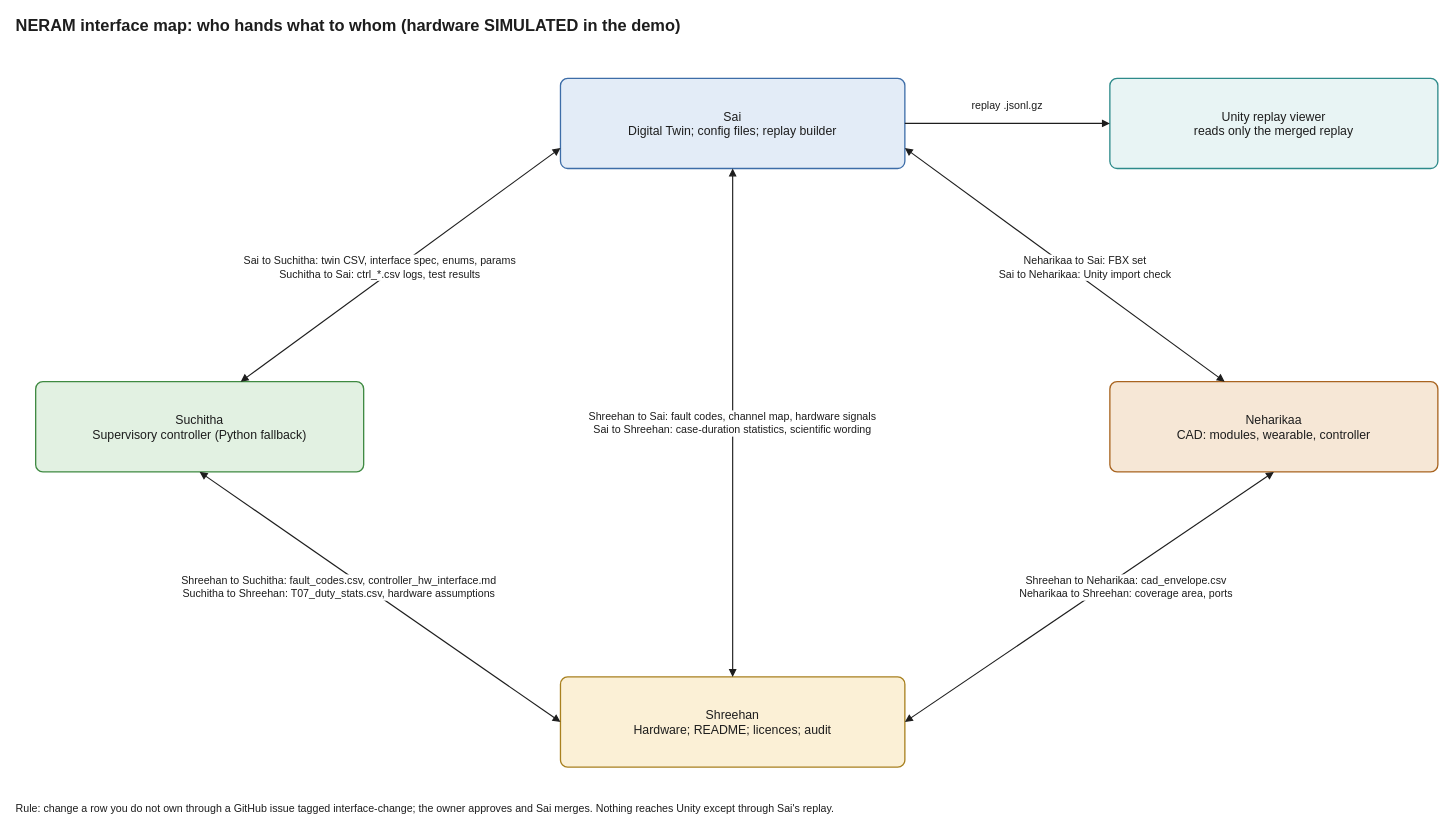
shreehannayak/neram-thermal-digital-twin keeps this draw.io diagram as hardware/diagrams/interface_map.drawio. Above is the earlier version. Source tidied: cells renumbered, new cells numbered last; positions are measured from the earlier drawing's top-left corner, leaving out a move shared by most shapes. Both pictures are drawn from the tidied source at 82%, with x=0, y=0 at pixel (14, 14).
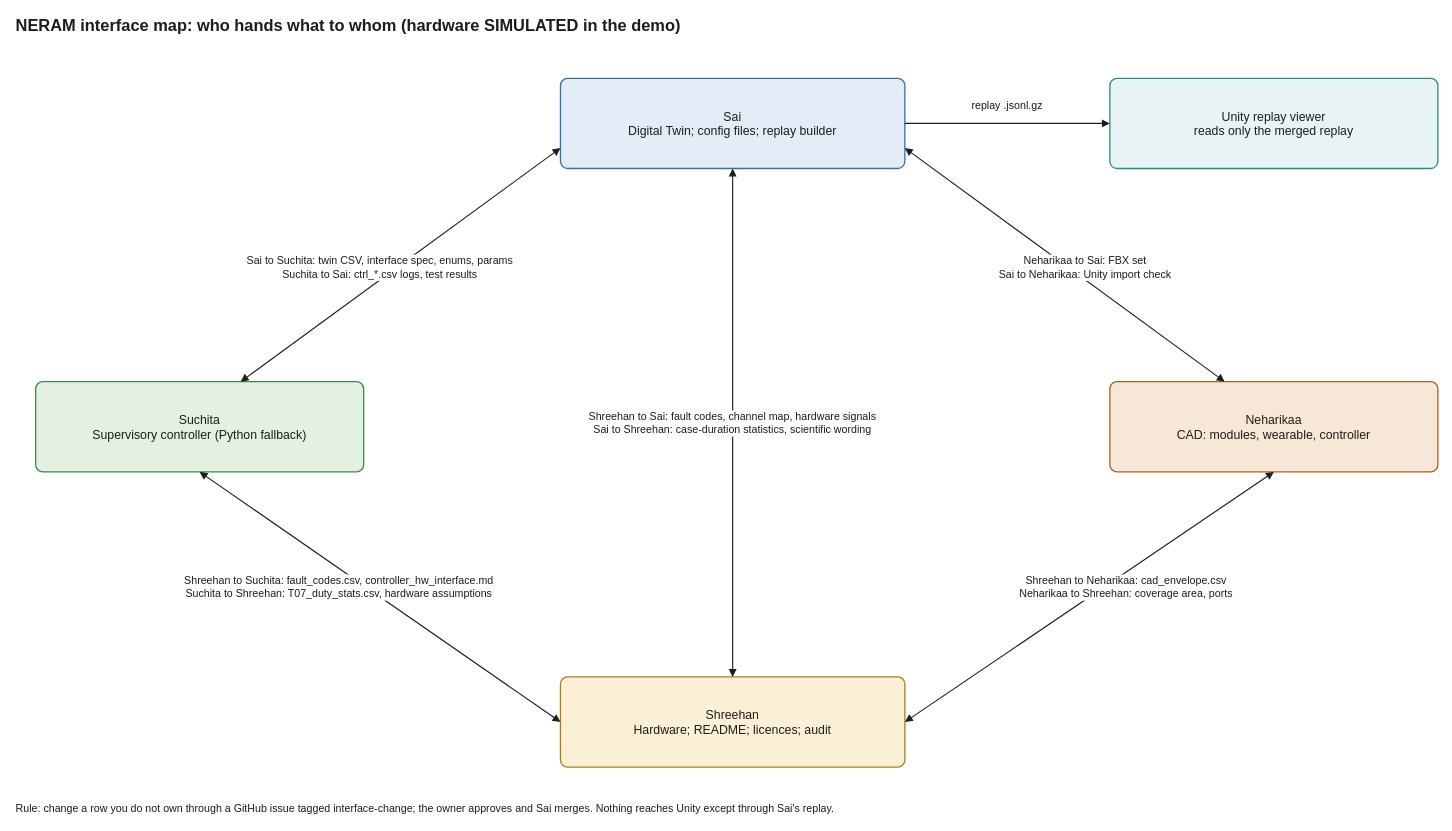
Above is the later version.

Diff of the diagram source:
```diff
@@
-    <mxCell id="4" value="Suchitha&#10;Supervisory controller (Python fallback)" style="rounded=1;arcSize=8;whiteSpace=wrap;html=0;fillColor=#e2f1e2;strokeColor=#3f8a42;strokeWidth=1.6;fontColor=#1d1d1d;fontSize=15;" parent="1" vertex="1">
+    <mxCell id="4" value="Suchita&#10;Supervisory controller (Python fallback)" style="rounded=1;arcSize=8;whiteSpace=wrap;html=0;fillColor=#e2f1e2;strokeColor=#3f8a42;strokeWidth=1.6;fontColor=#1d1d1d;fontSize=15;" parent="1" vertex="1">
       <mxGeometry x="26" y="448" width="400" height="110" as="geometry" />
     </mxCell>
@@
-    <mxCell id="10" value="Sai to Suchitha: twin CSV, interface spec, enums, params&#10;Suchitha to Sai: ctrl_*.csv logs, test results" style="text;html=0;align=center;verticalAlign=middle;labelBackgroundColor=#ffffff;fontSize=13;fontColor=#1d1d1d;" parent="1" vertex="1">
-      <mxGeometry x="194" y="290" width="504" height="36" as="geometry" />
+    <mxCell id="10" value="Sai to Suchita: twin CSV, interface spec, enums, params&#10;Suchita to Sai: ctrl_*.csv logs, test results" style="text;html=0;align=center;verticalAlign=middle;labelBackgroundColor=#ffffff;fontSize=13;fontColor=#1d1d1d;" parent="1" vertex="1">
+      <mxGeometry x="198.5" y="290" width="495" height="36" as="geometry" />
     </mxCell>
@@
-    <mxCell id="16" value="Shreehan to Suchitha: fault_codes.csv, controller_hw_interface.md&#10;Suchitha to Shreehan: T07_duty_stats.csv, hardware assumptions" style="text;html=0;align=center;verticalAlign=middle;labelBackgroundColor=#ffffff;fontSize=13;fontColor=#1d1d1d;" parent="1" vertex="1">
-      <mxGeometry x="103.5" y="680" width="585" height="36" as="geometry" />
+    <mxCell id="16" value="Shreehan to Suchita: fault_codes.csv, controller_hw_interface.md&#10;Suchita to Shreehan: T07_duty_stats.csv, hardware assumptions" style="text;html=0;align=center;verticalAlign=middle;labelBackgroundColor=#ffffff;fontSize=13;fontColor=#1d1d1d;" parent="1" vertex="1">
+      <mxGeometry x="108" y="680" width="576" height="36" as="geometry" />
     </mxCell>
```
